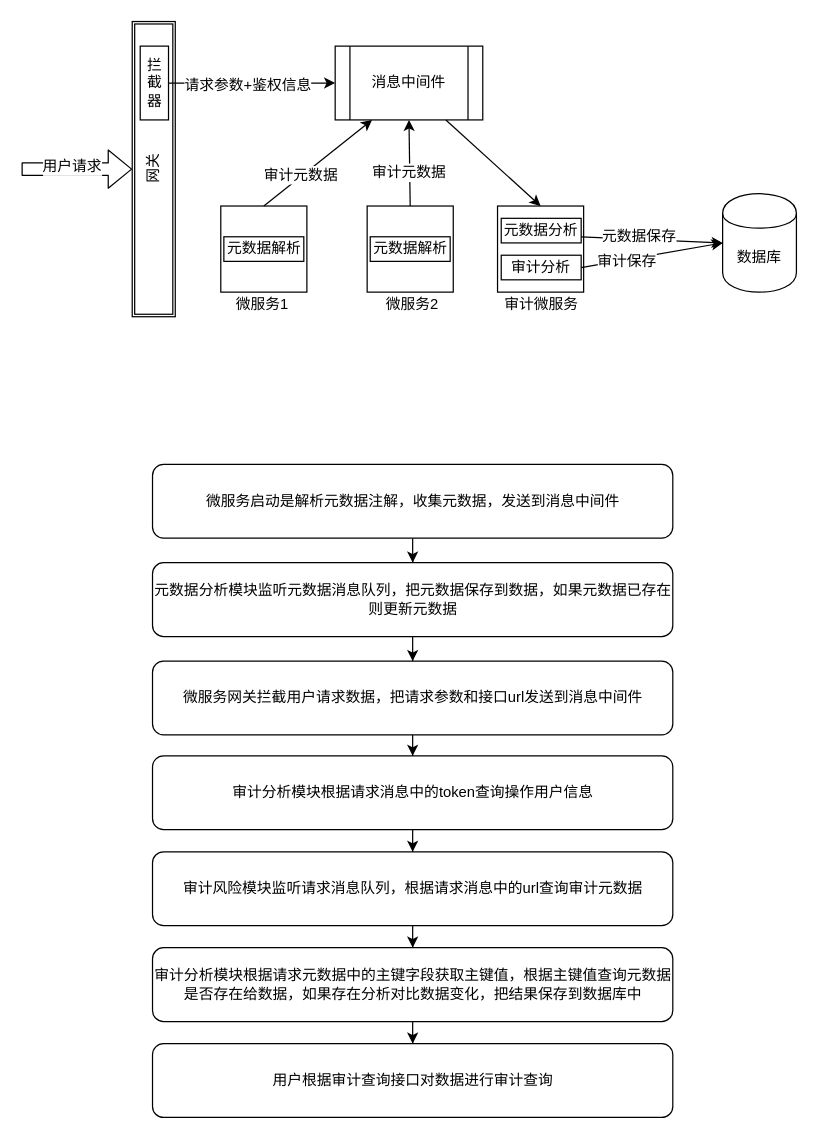
The draw.io diagram 专利图.drawio in huhailong147/Test, before the edit. Source tidied: cells renumbered, new cells numbered last; positions are measured from the earlier drawing's top-left corner, leaving out a move shared by most shapes. Both pictures are drawn from the tidied source at 123%, with x=0, y=0 at pixel (6, 46).
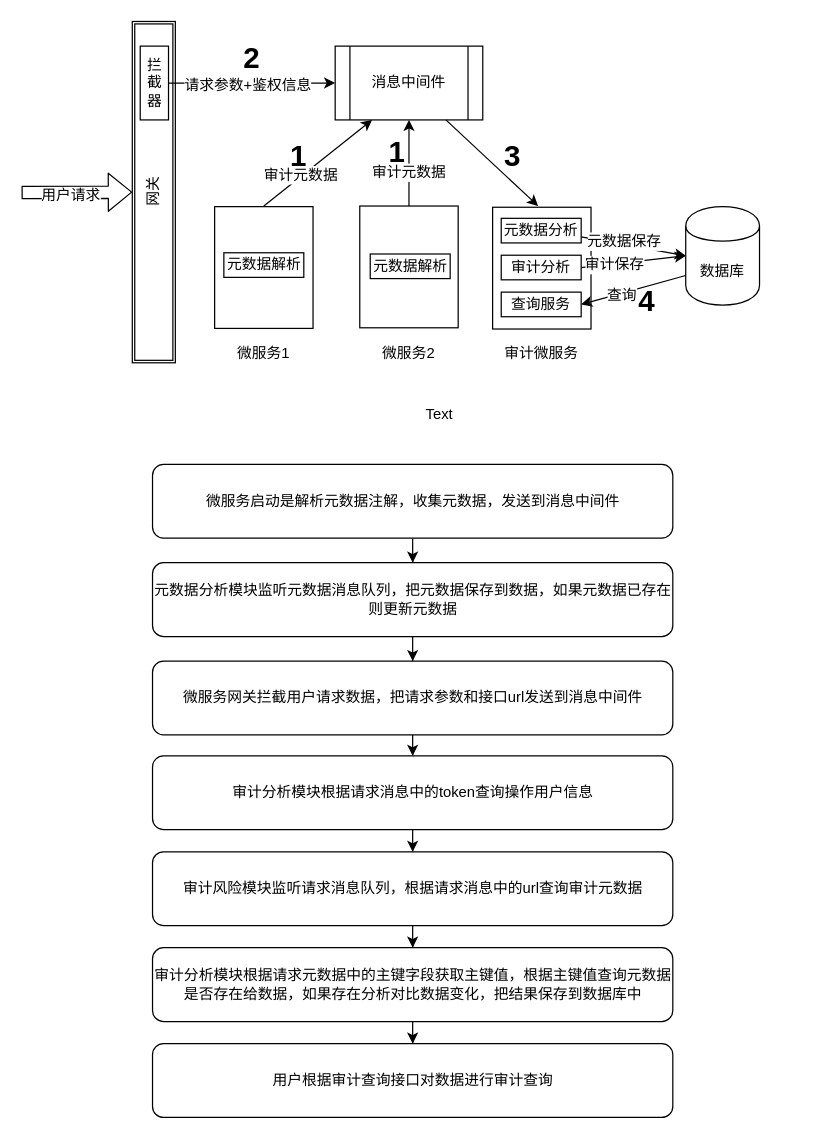
The same page after the edit.

Commit message:
更新专利图.drawio

Unchanged cells that the change refers to:
```xml
<mxCell id="6" value="消息中间件" style="shape=process;whiteSpace=wrap;html=1;backgroundOutline=1;" parent="1" vertex="1">
  <mxGeometry x="267" width="120" height="60" as="geometry" />
</mxCell>
```

The edit, as a diff of the source:
```diff
@@
+    <mxCell id="42" style="rounded=0;whiteSpace=wrap;html=1;" parent="1" vertex="1">
+      <mxGeometry x="169" y="130.5" width="80" height="99" as="geometry" />
+    </mxCell>
+    <mxCell id="43" style="rounded=0;whiteSpace=wrap;html=1;" parent="1" vertex="1">
+      <mxGeometry x="287" y="130" width="80" height="99" as="geometry" />
+    </mxCell>
+    <mxCell id="44" style="rounded=0;whiteSpace=wrap;html=1;" parent="1" vertex="1">
+      <mxGeometry x="395" y="131" width="80" height="99" as="geometry" />
+    </mxCell>
     <mxCell id="2" value="数据库" style="shape=cylinder;whiteSpace=wrap;html=1;boundedLbl=1;backgroundOutline=1;" parent="1" vertex="1">
-      <mxGeometry x="582" y="120" width="60" height="80" as="geometry" />
+      <mxGeometry x="552" y="130.5" width="60" height="80" as="geometry" />
     </mxCell>
     <mxCell id="3" value="网关" style="shape=ext;double=1;rounded=0;whiteSpace=wrap;html=1;rotation=-90;" parent="1" vertex="1">
-      <mxGeometry x="-0.5" y="82.5" width="240" height="35" as="geometry" />
+      <mxGeometry x="-19.2" y="101.2" width="277.5" height="35" as="geometry" />
     </mxCell>
     <mxCell id="4" style="shape=flexArrow;endArrow=classic;html=1;entryX=0.5;entryY=0;entryDx=0;entryDy=0;" parent="1" edge="1" target="3">
       <mxGeometry relative="1" as="geometry">
-        <mxPoint x="12" y="100" as="sourcePoint" />
+        <mxPoint x="12" y="119" as="sourcePoint" />
       </mxGeometry>
     </mxCell>
     <mxCell id="5" value="用户请求" style="text;html=1;align=center;verticalAlign=middle;labelBackgroundColor=#ffffff;" parent="4" vertex="1">
       <mxGeometry x="-0.45" y="2" relative="1" as="geometry">
-        <mxPoint x="15" y="-1" as="offset" />
+        <mxPoint x="15" y="5" as="offset" />
       </mxGeometry>
     </mxCell>
@@
-    <mxCell id="9" style="whiteSpace=wrap;html=1;" parent="1" vertex="1">
-      <mxGeometry x="174" y="130" width="70" height="70" as="geometry" />
-    </mxCell>
-    <mxCell id="10" style="endArrow=classic;html=1;entryX=0.25;entryY=1;entryDx=0;entryDy=0;exitX=0.5;exitY=0;exitDx=0;exitDy=0;" parent="1" edge="1" source="9" target="6">
-      <mxGeometry relative="1" as="geometry" />
+    <mxCell id="10" style="endArrow=classic;html=1;entryX=0.25;entryY=1;entryDx=0;entryDy=0;exitX=0.5;exitY=0;exitDx=0;exitDy=0;" parent="1" edge="1" target="6">
+      <mxGeometry relative="1" as="geometry">
+        <mxPoint x="209" y="130" as="sourcePoint" />
+      </mxGeometry>
     </mxCell>
@@
-    <mxCell id="12" style="whiteSpace=wrap;html=1;" parent="1" vertex="1">
-      <mxGeometry x="293" y="130" width="70" height="70" as="geometry" />
-    </mxCell>
-    <mxCell id="13" style="endArrow=classic;html=1;exitX=0.5;exitY=0;exitDx=0;exitDy=0;entryX=0.5;entryY=1;entryDx=0;entryDy=0;" parent="1" edge="1" source="12" target="6">
-      <mxGeometry relative="1" as="geometry" />
+    <mxCell id="13" style="endArrow=classic;html=1;entryX=0.5;entryY=1;entryDx=0;entryDy=0;" parent="1" edge="1" target="6">
+      <mxGeometry relative="1" as="geometry">
+        <mxPoint x="327" y="130" as="sourcePoint" />
+      </mxGeometry>
     </mxCell>
@@
     <mxCell id="15" value="微服务1" style="text;html=1;strokeColor=none;fillColor=none;align=center;verticalAlign=middle;whiteSpace=wrap;rounded=0;" parent="1" vertex="1">
-      <mxGeometry x="184" y="200" width="48" height="20" as="geometry" />
+      <mxGeometry x="185" y="240" width="48" height="20" as="geometry" />
     </mxCell>
     <mxCell id="16" value="微服务2" style="text;html=1;strokeColor=none;fillColor=none;align=center;verticalAlign=middle;whiteSpace=wrap;rounded=0;" parent="1" vertex="1">
-      <mxGeometry x="305" y="200" width="50" height="20" as="geometry" />
+      <mxGeometry x="302" y="240" width="50" height="20" as="geometry" />
     </mxCell>
-    <mxCell id="17" style="whiteSpace=wrap;html=1;" parent="1" vertex="1">
-      <mxGeometry x="399" y="130" width="70" height="70" as="geometry" />
-    </mxCell>
-    <mxCell id="18" style="endArrow=classic;html=1;entryX=0.5;entryY=0;entryDx=0;entryDy=0;exitX=0.75;exitY=1;exitDx=0;exitDy=0;" parent="1" edge="1" source="6" target="17">
-      <mxGeometry relative="1" as="geometry" />
+    <mxCell id="18" style="endArrow=classic;html=1;exitX=0.75;exitY=1;exitDx=0;exitDy=0;" parent="1" edge="1" source="6">
+      <mxGeometry relative="1" as="geometry">
+        <mxPoint x="432" y="130" as="targetPoint" />
+      </mxGeometry>
     </mxCell>
     <mxCell id="19" value="审计微服务" style="text;html=1;strokeColor=none;fillColor=none;align=center;verticalAlign=middle;whiteSpace=wrap;rounded=0;" parent="1" vertex="1">
-      <mxGeometry x="400" y="200" width="70" height="20" as="geometry" />
+      <mxGeometry x="400" y="240" width="70" height="20" as="geometry" />
     </mxCell>
@@
     <mxCell id="26" value="元数据解析" style="rounded=0;whiteSpace=wrap;html=1;" parent="1" vertex="1">
-      <mxGeometry x="176.5" y="155" width="65" height="20" as="geometry" />
+      <mxGeometry x="176.5" y="168" width="65" height="20" as="geometry" />
     </mxCell>
     <mxCell id="27" value="元数据解析" style="rounded=0;whiteSpace=wrap;html=1;" parent="1" vertex="1">
-      <mxGeometry x="295.5" y="155" width="65" height="20" as="geometry" />
+      <mxGeometry x="295.5" y="169" width="65" height="20" as="geometry" />
     </mxCell>
@@
+    <mxCell id="45" value="Text" style="text;html=1;strokeColor=none;fillColor=none;align=center;verticalAlign=middle;whiteSpace=wrap;rounded=0;" parent="1" vertex="1">
+      <mxGeometry x="332" y="290" width="40" height="20" as="geometry" />
+    </mxCell>
+    <mxCell id="46" value="查询服务" style="rounded=0;whiteSpace=wrap;html=1;" parent="1" vertex="1">
+      <mxGeometry x="402" y="200" width="65" height="20" as="geometry" />
+    </mxCell>
+    <mxCell id="47" style="endArrow=classic;html=1;entryX=1;entryY=0.5;entryDx=0;entryDy=0;exitX=0;exitY=0.7;exitDx=0;exitDy=0;" parent="1" edge="1" source="2" target="46">
+      <mxGeometry relative="1" as="geometry" />
+    </mxCell>
+    <mxCell id="48" value="查询" style="text;html=1;align=center;verticalAlign=middle;labelBackgroundColor=#ffffff;" parent="47" vertex="1">
+      <mxGeometry x="0.25" y="1" relative="1" as="geometry" />
+    </mxCell>
+    <mxCell id="49" value="2" style="text;strokeColor=none;fillColor=none;html=1;fontSize=24;fontStyle=1;verticalAlign=middle;align=center;" parent="1" vertex="1">
+      <mxGeometry x="149" y="-10" width="100" height="40" as="geometry" />
+    </mxCell>
+    <mxCell id="50" value="1" style="text;strokeColor=none;fillColor=none;html=1;fontSize=24;fontStyle=1;verticalAlign=middle;align=center;" parent="1" vertex="1">
+      <mxGeometry x="187" y="70" width="100" height="40" as="geometry" />
+    </mxCell>
+    <mxCell id="51" value="1" style="text;strokeColor=none;fillColor=none;html=1;fontSize=24;fontStyle=1;verticalAlign=middle;align=center;" parent="1" vertex="1">
+      <mxGeometry x="267" y="67" width="100" height="40" as="geometry" />
+    </mxCell>
+    <mxCell id="52" value="3" style="text;strokeColor=none;fillColor=none;html=1;fontSize=24;fontStyle=1;verticalAlign=middle;align=center;" parent="1" vertex="1">
+      <mxGeometry x="360.5" y="70" width="100" height="40" as="geometry" />
+    </mxCell>
+    <mxCell id="53" value="4" style="text;strokeColor=none;fillColor=none;html=1;fontSize=24;fontStyle=1;verticalAlign=middle;align=center;" parent="1" vertex="1">
+      <mxGeometry x="470" y="188" width="100" height="40" as="geometry" />
+    </mxCell>
```
